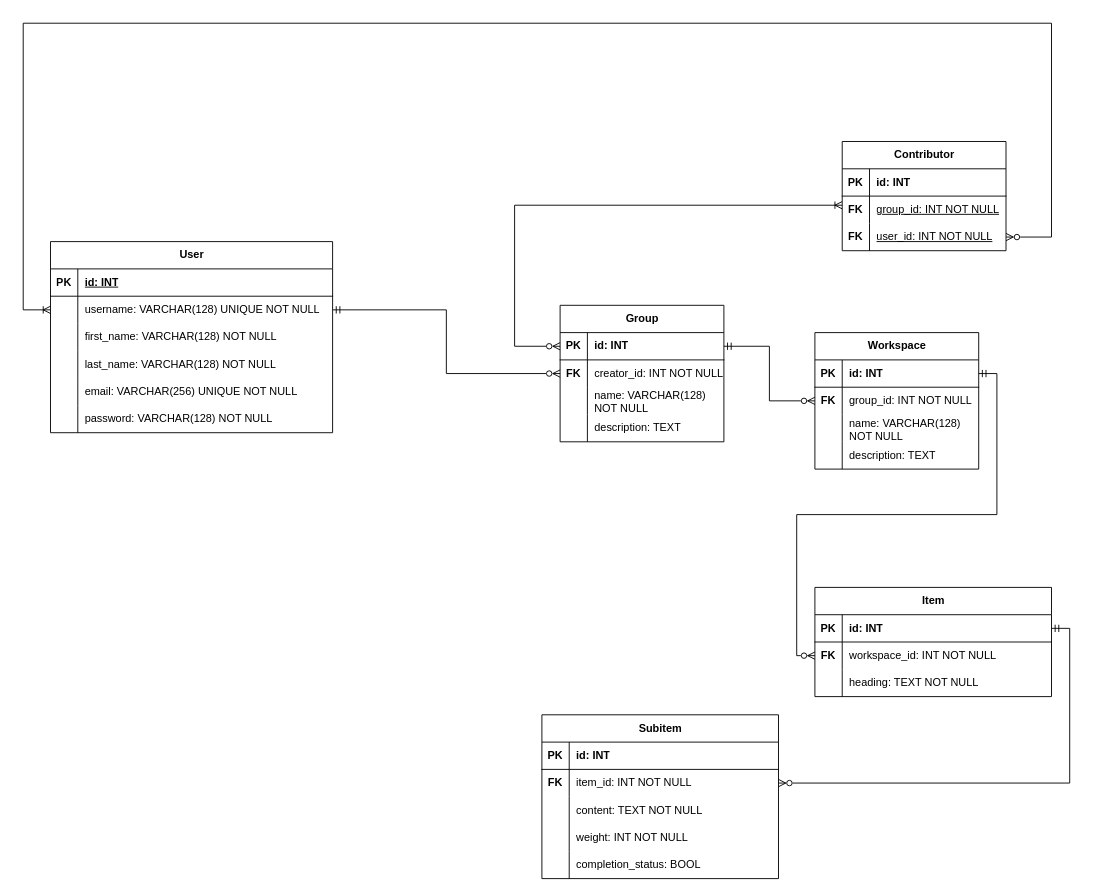
Before: ERD.drawio in ufwjerryvu/PROJECT_Kronathens, a draw.io diagram. Source tidied: cells renumbered, new cells numbered last; positions are measured from the earlier drawing's top-left corner, leaving out a move shared by most shapes. Both pictures are drawn from the tidied source at 91%, with x=0, y=0 at pixel (23, 23).
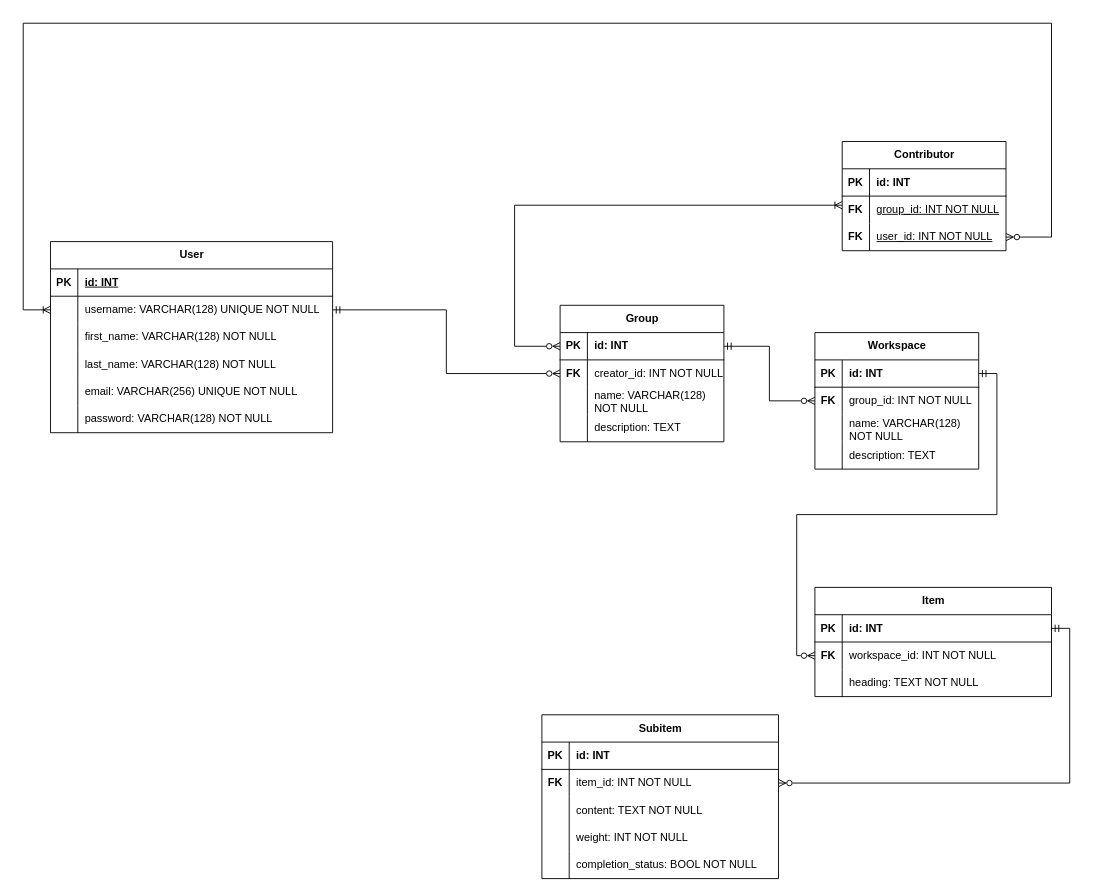
After the change.

Commit message (it also covers changes not shown here):
Add serializers to checklists

The change refers to these unchanged cells:
```xml
<mxCell id="81" style="shape=tableRow;horizontal=0;startSize=0;swimlaneHead=0;swimlaneBody=0;fillColor=none;top=0;left=0;right=0;bottom=0;" parent="68" vertex="1">
  <mxGeometry y="150" width="260" height="30" as="geometry" />
</mxCell>
```

Diff of the diagram source:
```diff
@@
-    <mxCell id="83" value="completion_status: BOOL" style="shape=partialRectangle;fillColor=none;top=0;left=0;bottom=0;right=0;align=left;spacingLeft=6;overflow=hidden;whiteSpace=wrap;html=1;fontStyle=0;" parent="81" vertex="1">
+    <mxCell id="83" value="completion_status: BOOL NOT NULL" style="shape=partialRectangle;fillColor=none;top=0;left=0;bottom=0;right=0;align=left;spacingLeft=6;overflow=hidden;whiteSpace=wrap;html=1;fontStyle=0;" parent="81" vertex="1">
       <mxGeometry x="30" width="230" height="30" as="geometry" />
     </mxCell>
```
